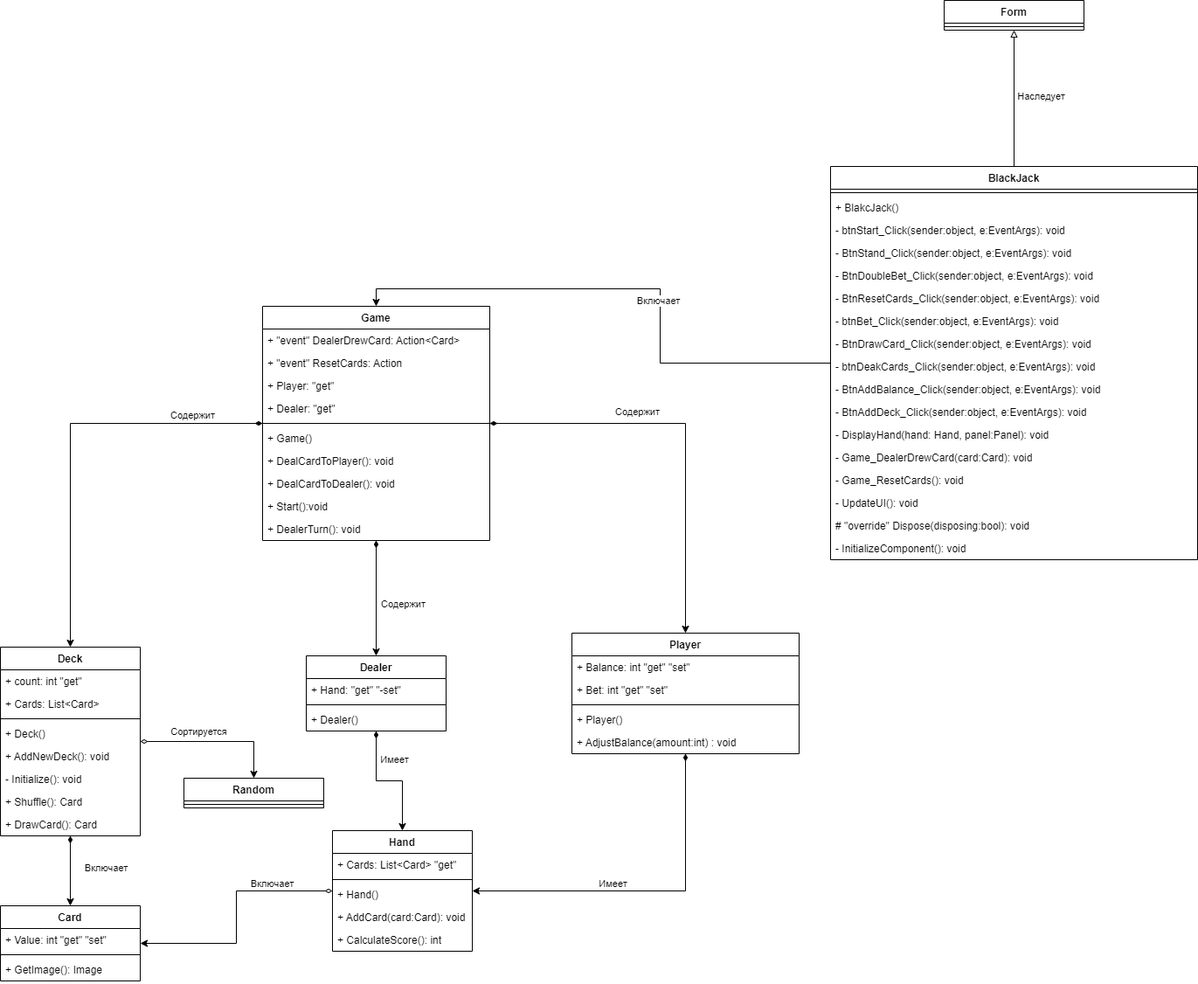
Earlier version of the draw.io export images/ClassDiagram.drawio.png (ZenArtZ98/Blackjack). Source tidied: cells renumbered, new cells last; positions are measured from the earlier drawing's top-left corner, leaving out a move shared by most shapes.
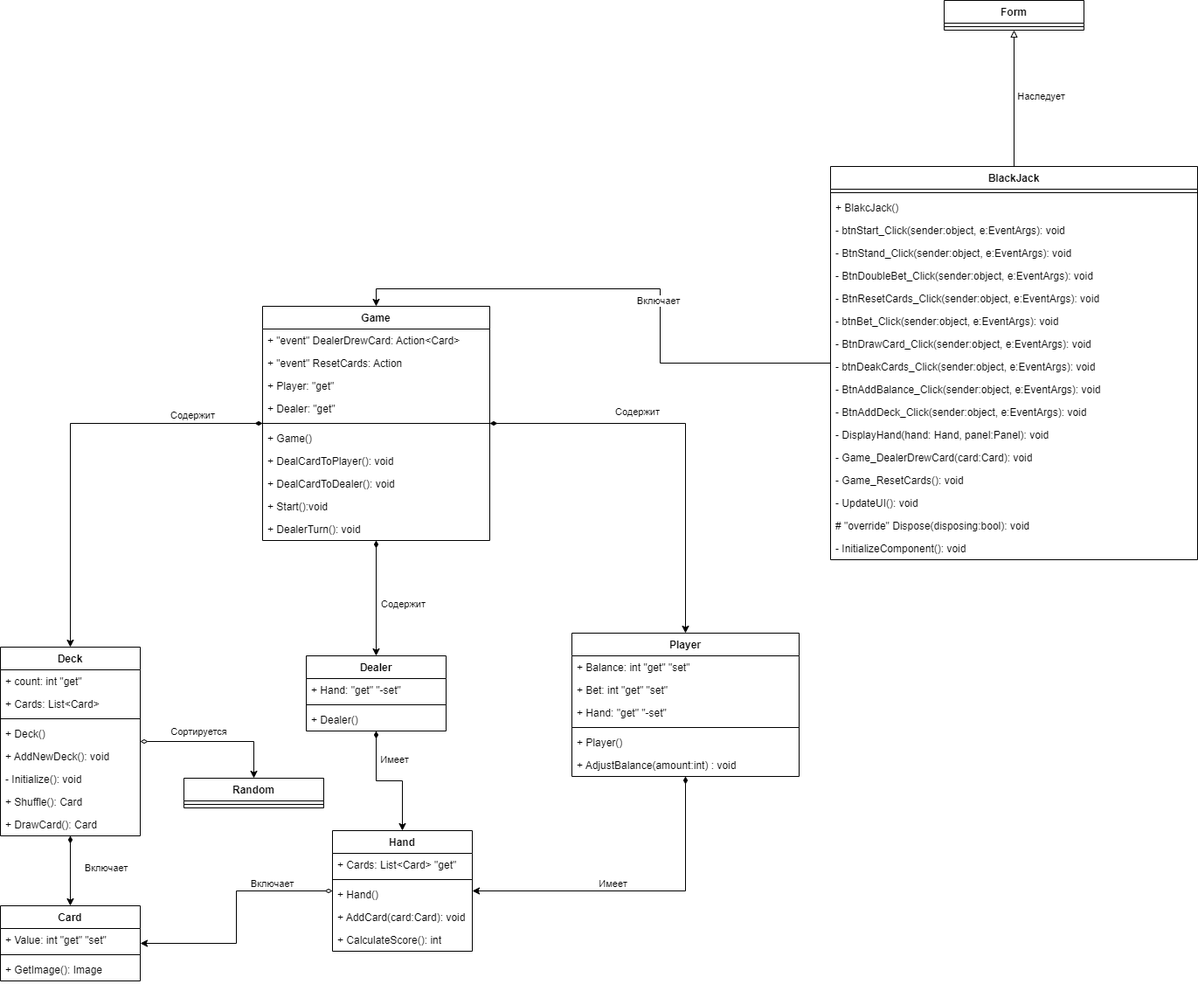
The same file after the commit.

Change to the diagram source:
```diff
@@ -52,7 +52,7 @@
       </mxGeometry>
     </mxCell>
     <mxCell id="17" value="Player" style="swimlane;fontStyle=1;align=center;verticalAlign=top;horizontal=1;startSize=26;whiteSpace=wrap;html=1;" parent="1" vertex="1">
-      <mxGeometry x="654" y="724" width="260" height="138" as="geometry" />
+      <mxGeometry x="654" y="724" width="260" height="164" as="geometry" />
     </mxCell>
     <mxCell id="18" value="+ Balance: int &quot;get&quot; &quot;set&quot;" style="text;strokeColor=none;fillColor=none;align=left;verticalAlign=top;spacingLeft=4;spacingRight=4;overflow=hidden;whiteSpace=wrap;html=1;" parent="17" vertex="1">
       <mxGeometry y="26" width="260" height="26" as="geometry" />
@@ -60,14 +60,17 @@
     <mxCell id="19" value="+ Bet: int &quot;get&quot; &quot;set&quot;" style="text;strokeColor=none;fillColor=none;align=left;verticalAlign=top;spacingLeft=4;spacingRight=4;overflow=hidden;whiteSpace=wrap;html=1;" parent="17" vertex="1">
       <mxGeometry y="52" width="260" height="26" as="geometry" />
     </mxCell>
+    <mxCell id="84" value="+ Hand: &quot;get&quot; &quot;-set&quot;" style="text;strokeColor=none;fillColor=none;align=left;verticalAlign=top;spacingLeft=4;spacingRight=4;overflow=hidden;whiteSpace=wrap;html=1;" parent="17" vertex="1">
+      <mxGeometry y="78" width="260" height="26" as="geometry" />
+    </mxCell>
     <mxCell id="20" style="line;strokeWidth=1;fillColor=none;align=left;verticalAlign=middle;spacingTop=-1;spacingLeft=3;spacingRight=3;labelPosition=right;strokeColor=inherit;" parent="17" vertex="1">
-      <mxGeometry y="78" width="260" height="8" as="geometry" />
+      <mxGeometry y="104" width="260" height="8" as="geometry" />
     </mxCell>
     <mxCell id="21" value="+ Player()" style="text;strokeColor=none;fillColor=none;align=left;verticalAlign=top;spacingLeft=4;spacingRight=4;overflow=hidden;whiteSpace=wrap;html=1;" parent="17" vertex="1">
-      <mxGeometry y="86" width="260" height="26" as="geometry" />
+      <mxGeometry y="112" width="260" height="26" as="geometry" />
     </mxCell>
     <mxCell id="22" value="+ AdjustBalance(amount:int) : void" style="text;strokeColor=none;fillColor=none;align=left;verticalAlign=top;spacingLeft=4;spacingRight=4;overflow=hidden;whiteSpace=wrap;html=1;" parent="17" vertex="1">
-      <mxGeometry y="112" width="260" height="26" as="geometry" />
+      <mxGeometry y="138" width="260" height="26" as="geometry" />
     </mxCell>
     <mxCell id="23" style="edgeStyle=orthogonalEdgeStyle;rounded=0;jettySize=auto;html=1;startArrow=diamondThin;startFill=1;" parent="1" edge="1" source="25" target="30">
       <mxGeometry relative="1" as="geometry" />
```
